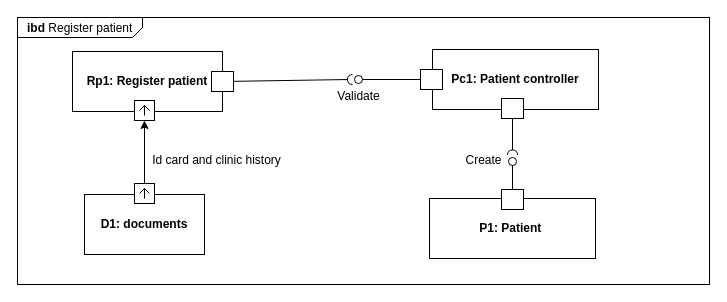
Above: Diagrams/Development/IBD 1 - Register Patient.drawio in RafaelCMira/myclinic-msp-project (draw.io), before the change. Source tidied: cells renumbered, new cells numbered last; positions are measured from the earlier drawing's top-left corner, leaving out a move shared by most shapes. Both pictures are drawn from the tidied source at 100%, with x=0, y=0 at pixel (17, 17).
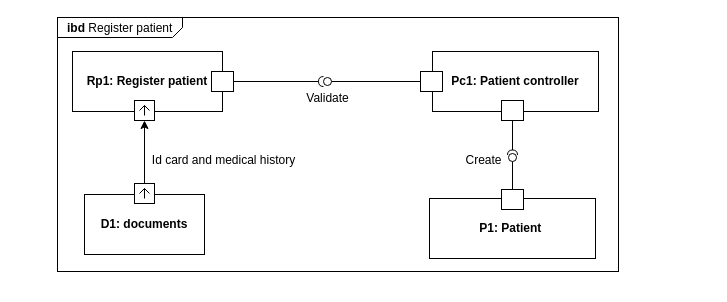
The same diagram, later.

The edit, as a diff of the source:
```diff
@@
     <mxCell id="2" value="&lt;p style=&quot;margin:0px;margin-top:4px;margin-left:10px;text-align:left;&quot;&gt;&lt;b&gt;ibd&lt;/b&gt;&amp;nbsp;Register patient&lt;/p&gt;" style="html=1;shape=mxgraph.sysml.package;labelX=125.6;align=left;spacingLeft=10;html=1;overflow=fill;whiteSpace=wrap;" parent="1" vertex="1">
-      <mxGeometry width="692" height="267" as="geometry" />
+      <mxGeometry x="40" width="561" height="254" as="geometry" />
     </mxCell>
@@
-    <mxCell id="7" value="Id card and clinic history" style="text;html=1;align=center;verticalAlign=middle;strokeColor=none;fillColor=none;" parent="1" vertex="1">
-      <mxGeometry x="125" y="130" width="147" height="26" as="geometry" />
+    <mxCell id="7" value="Id card and medical history" style="text;html=1;align=center;verticalAlign=middle;strokeColor=none;fillColor=none;" parent="1" vertex="1">
+      <mxGeometry x="125" y="130" width="161" height="26" as="geometry" />
     </mxCell>
@@
     <mxCell id="9" style="ellipse;html=1;fontSize=11;align=center;fillColor=none;points=[];verticalAlign=bottom;labelPosition=center;verticalLabelPosition=top;flipH=1;" parent="1" vertex="1">
-      <mxGeometry x="337" y="58" width="8" height="8" as="geometry" />
+      <mxGeometry x="306" y="60" width="8" height="8" as="geometry" />
     </mxCell>
@@
     <mxCell id="11" style="shape=requiredInterface;html=1;fontSize=11;align=center;fillColor=none;points=[];verticalAlign=bottom;labelPosition=center;verticalLabelPosition=top;flipH=1;rotation=0;" parent="1" vertex="1">
-      <mxGeometry x="330" y="57" width="5" height="10" as="geometry" />
+      <mxGeometry x="301" y="59" width="5" height="10" as="geometry" />
     </mxCell>
     <mxCell id="12" value="Validate" style="text;html=1;align=center;verticalAlign=middle;strokeColor=none;fillColor=none;" parent="1" vertex="1">
-      <mxGeometry x="311" y="66" width="60" height="26" as="geometry" />
+      <mxGeometry x="280" y="68" width="60" height="26" as="geometry" />
     </mxCell>
@@
     <mxCell id="14" style="ellipse;html=1;fontSize=11;align=center;fillColor=none;points=[];verticalAlign=bottom;labelPosition=center;verticalLabelPosition=top;flipH=1;" parent="1" vertex="1">
-      <mxGeometry x="491" y="140" width="8" height="8" as="geometry" />
+      <mxGeometry x="491" y="136" width="8" height="8" as="geometry" />
     </mxCell>
@@
     <mxCell id="22" style="group;" parent="1" vertex="1">
-      <mxGeometry x="403" y="32" width="178" height="69" as="geometry" />
+      <mxGeometry x="403" y="34" width="178" height="69" as="geometry" />
     </mxCell>
```
